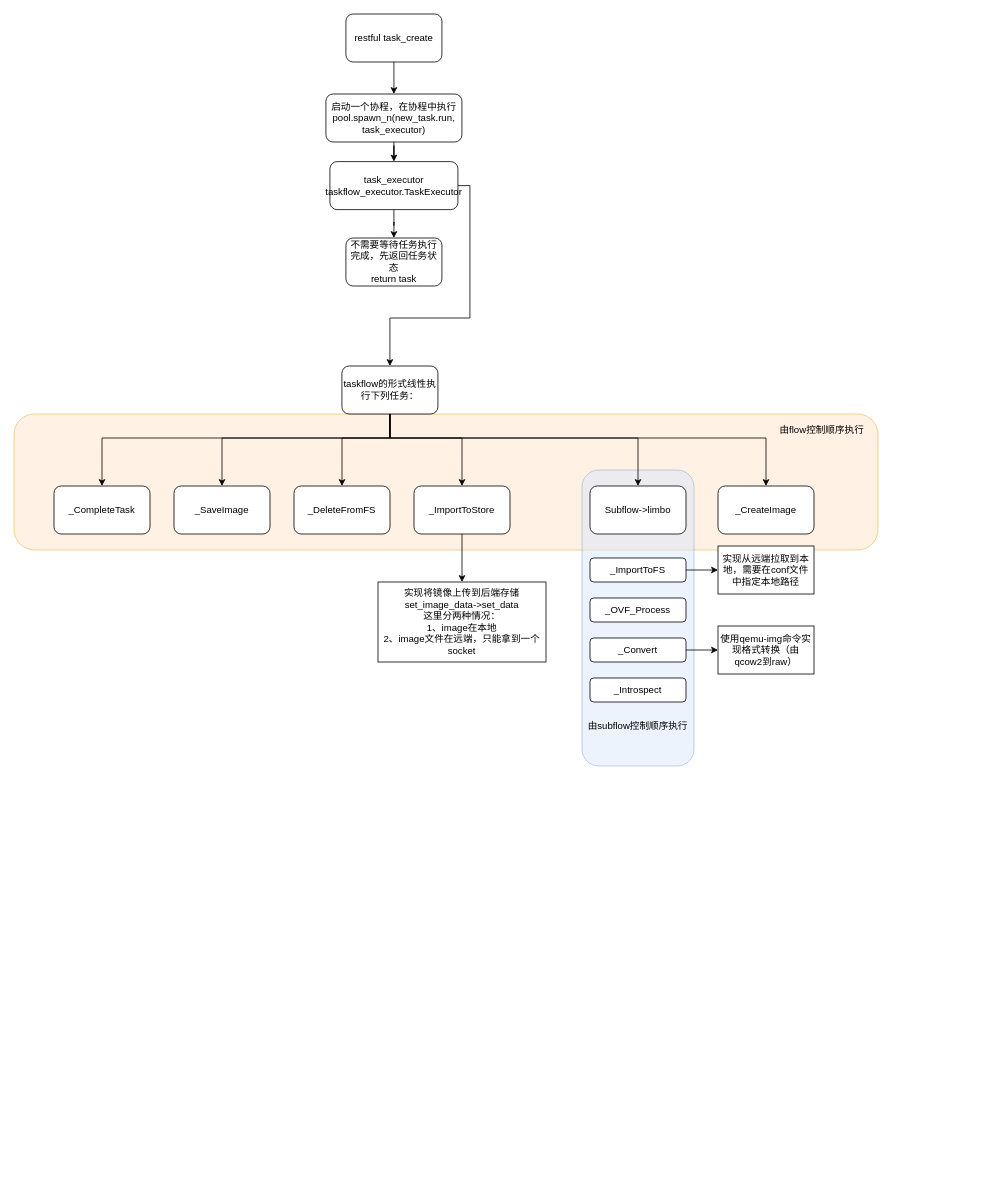
This is 创建任务流程图.drawio from AndyLee130827/draw_io, a draw.io file, before an edit. Source tidied: cells renumbered, new cells numbered last; positions are measured from the earlier drawing's top-left corner, leaving out a move shared by most shapes. Both pictures are drawn from the tidied source at 80%, with x=0, y=0 at pixel (14, 14).
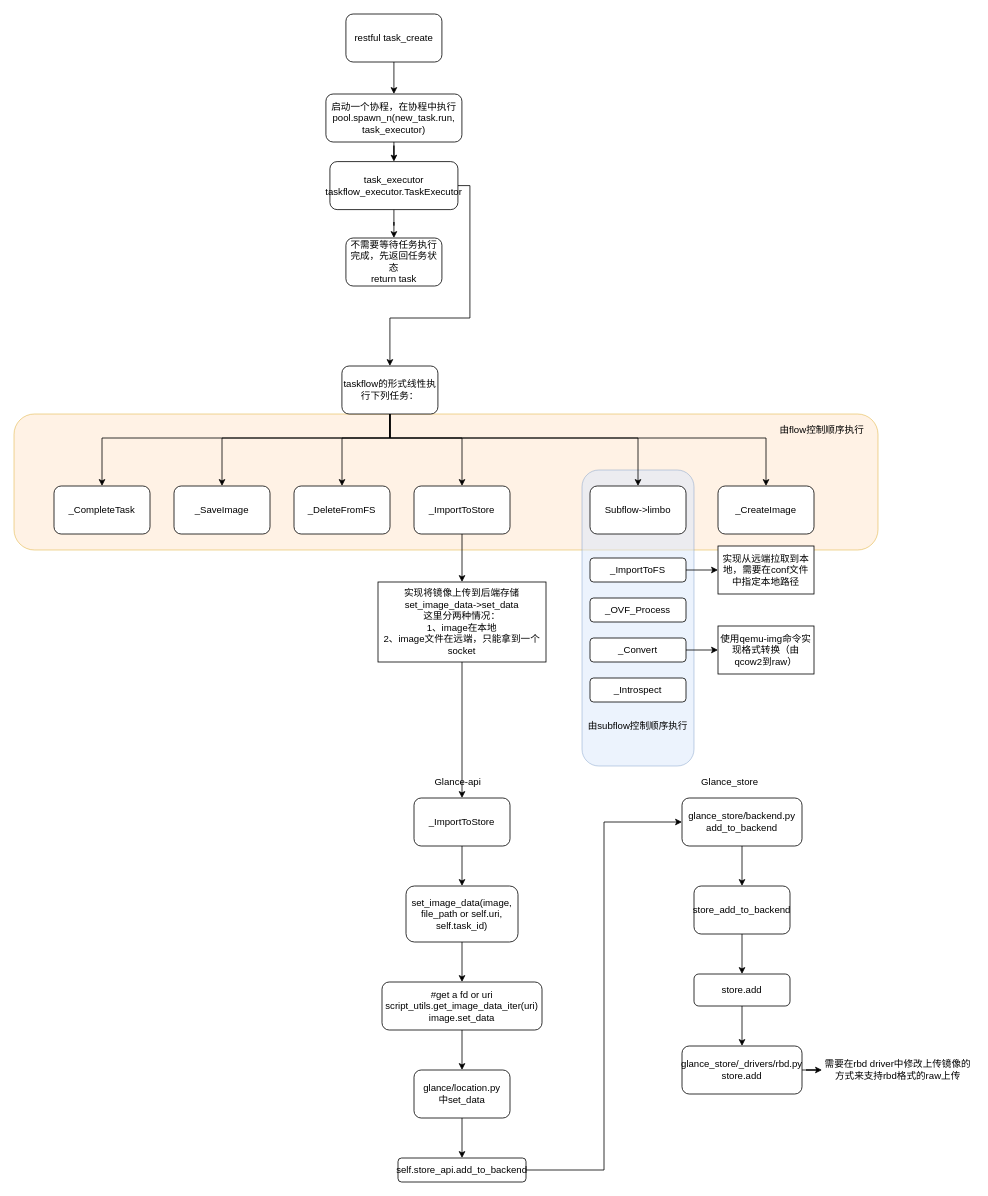
The same diagram, later.

Commit message:
更新创建任务流程图.drawio

The change refers to these unchanged cells:
```xml
<mxCell id="31" value="实现将镜像上传到后端存储&lt;br&gt;set_image_data-&amp;gt;set_data&lt;br&gt;这里分两种情况：&lt;br&gt;1、image在本地&lt;br&gt;2、image文件在远端，只能拿到一个socket" style="rounded=0;whiteSpace=wrap;html=1;" parent="1" vertex="1">
  <mxGeometry x="455" y="710" width="210" height="100" as="geometry" />
</mxCell>
```

Change to the diagram source:
```diff
@@
+    <mxCell id="37" style="edgeStyle=orthogonalEdgeStyle;rounded=0;jettySize=auto;html=1;entryX=0.5;entryY=0;entryDx=0;entryDy=0;" parent="1" edge="1" source="31" target="39">
+      <mxGeometry relative="1" as="geometry" />
+    </mxCell>
@@
+    <mxCell id="38" style="edgeStyle=orthogonalEdgeStyle;rounded=0;jettySize=auto;html=1;entryX=0.5;entryY=0;entryDx=0;entryDy=0;" parent="1" edge="1" source="39" target="41">
+      <mxGeometry relative="1" as="geometry" />
+    </mxCell>
+    <mxCell id="39" value="&lt;span&gt;_ImportToStore&lt;/span&gt;" style="rounded=1;whiteSpace=wrap;html=1;" parent="1" vertex="1">
+      <mxGeometry x="500" y="980" width="120" height="60" as="geometry" />
+    </mxCell>
+    <mxCell id="40" style="edgeStyle=orthogonalEdgeStyle;rounded=0;jettySize=auto;html=1;entryX=0.5;entryY=0;entryDx=0;entryDy=0;" parent="1" edge="1" source="41" target="43">
+      <mxGeometry relative="1" as="geometry" />
+    </mxCell>
+    <mxCell id="41" value="set_image_data(image, file_path or self.uri, self.task_id)" style="rounded=1;whiteSpace=wrap;html=1;" parent="1" vertex="1">
+      <mxGeometry x="490" y="1090" width="140" height="70" as="geometry" />
+    </mxCell>
+    <mxCell id="42" style="edgeStyle=orthogonalEdgeStyle;rounded=0;jettySize=auto;html=1;entryX=0.5;entryY=0;entryDx=0;entryDy=0;" parent="1" edge="1" source="43" target="45">
+      <mxGeometry relative="1" as="geometry" />
+    </mxCell>
+    <mxCell id="43" value="#get a fd or uri&lt;br&gt;script_utils.get_image_data_iter(uri)&lt;br&gt;image.set_data" style="rounded=1;whiteSpace=wrap;html=1;" parent="1" vertex="1">
+      <mxGeometry x="460" y="1210" width="200" height="60" as="geometry" />
+    </mxCell>
+    <mxCell id="44" style="edgeStyle=orthogonalEdgeStyle;rounded=0;jettySize=auto;html=1;entryX=0.5;entryY=0;entryDx=0;entryDy=0;" parent="1" edge="1" source="45" target="47">
+      <mxGeometry relative="1" as="geometry" />
+    </mxCell>
+    <mxCell id="45" value="glance/location.py&lt;br&gt;中set_data" style="rounded=1;whiteSpace=wrap;html=1;" parent="1" vertex="1">
+      <mxGeometry x="500" y="1320" width="120" height="60" as="geometry" />
+    </mxCell>
+    <mxCell id="46" style="edgeStyle=orthogonalEdgeStyle;rounded=0;jettySize=auto;html=1;entryX=0;entryY=0.5;entryDx=0;entryDy=0;" parent="1" edge="1" source="47" target="49">
+      <mxGeometry relative="1" as="geometry" />
+    </mxCell>
+    <mxCell id="47" value="self.store_api.add_to_backend" style="rounded=1;whiteSpace=wrap;html=1;" parent="1" vertex="1">
+      <mxGeometry x="480" y="1430" width="160" height="30" as="geometry" />
+    </mxCell>
+    <mxCell id="48" style="edgeStyle=orthogonalEdgeStyle;rounded=0;jettySize=auto;html=1;" parent="1" edge="1" source="49" target="53">
+      <mxGeometry relative="1" as="geometry" />
+    </mxCell>
+    <mxCell id="49" value="glance_store/backend.py&lt;br&gt;add_to_backend" style="rounded=1;whiteSpace=wrap;html=1;" parent="1" vertex="1">
+      <mxGeometry x="835" y="980" width="150" height="60" as="geometry" />
+    </mxCell>
+    <mxCell id="50" value="Glance_store" style="text;html=1;strokeColor=none;fillColor=none;align=center;verticalAlign=middle;whiteSpace=wrap;rounded=0;" parent="1" vertex="1">
+      <mxGeometry x="855" y="950" width="80" height="20" as="geometry" />
+    </mxCell>
+    <mxCell id="51" value="Glance-api" style="text;html=1;strokeColor=none;fillColor=none;align=center;verticalAlign=middle;whiteSpace=wrap;rounded=0;" parent="1" vertex="1">
+      <mxGeometry x="505" y="950" width="100" height="20" as="geometry" />
+    </mxCell>
+    <mxCell id="52" style="edgeStyle=orthogonalEdgeStyle;rounded=0;jettySize=auto;html=1;entryX=0.5;entryY=0;entryDx=0;entryDy=0;" parent="1" edge="1" source="53" target="55">
+      <mxGeometry relative="1" as="geometry" />
+    </mxCell>
+    <mxCell id="53" value="store_add_to_backend" style="rounded=1;whiteSpace=wrap;html=1;" parent="1" vertex="1">
+      <mxGeometry x="850" y="1090" width="120" height="60" as="geometry" />
+    </mxCell>
+    <mxCell id="54" style="edgeStyle=orthogonalEdgeStyle;rounded=0;jettySize=auto;html=1;entryX=0.5;entryY=0;entryDx=0;entryDy=0;" parent="1" edge="1" source="55" target="57">
+      <mxGeometry relative="1" as="geometry" />
+    </mxCell>
+    <mxCell id="55" value="store.add" style="rounded=1;whiteSpace=wrap;html=1;" parent="1" vertex="1">
+      <mxGeometry x="850" y="1200" width="120" height="40" as="geometry" />
+    </mxCell>
+    <mxCell id="56" style="edgeStyle=orthogonalEdgeStyle;rounded=0;jettySize=auto;html=1;entryX=0;entryY=0.5;entryDx=0;entryDy=0;" parent="1" edge="1" source="57" target="58">
+      <mxGeometry relative="1" as="geometry" />
+    </mxCell>
+    <mxCell id="57" value="glance_store/_drivers/rbd.py&lt;br&gt;store.add" style="rounded=1;whiteSpace=wrap;html=1;" parent="1" vertex="1">
+      <mxGeometry x="835" y="1290" width="150" height="60" as="geometry" />
+    </mxCell>
+    <mxCell id="58" value="需要在rbd driver中修改上传镜像的方式来支持rbd格式的raw上传" style="text;html=1;strokeColor=none;fillColor=none;align=center;verticalAlign=middle;whiteSpace=wrap;rounded=0;" parent="1" vertex="1">
+      <mxGeometry x="1010" y="1310" width="190" height="20" as="geometry" />
+    </mxCell>
```
